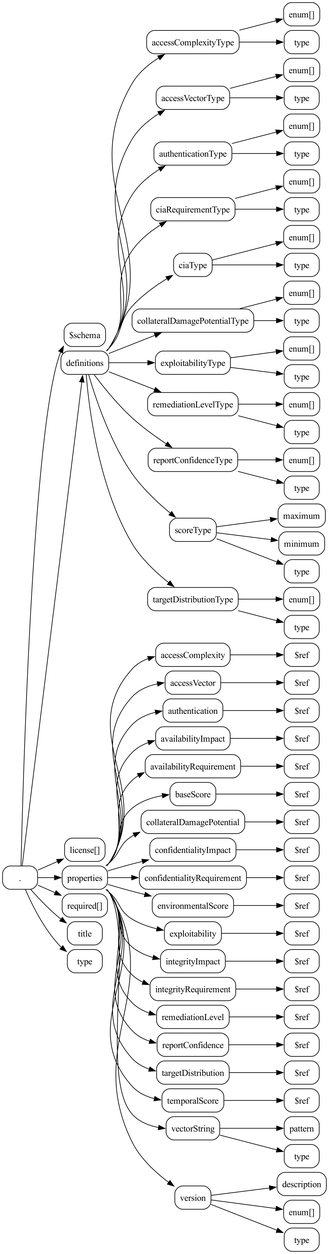
Before: examples/nist-nvd/cvss-v2.0.json_schema.png, a diagram exported from Graphviz (whitfieldsdad/json-kit). Its source is kept beside it as examples/nist-nvd/cvss-v2.0.json_schema.dot.
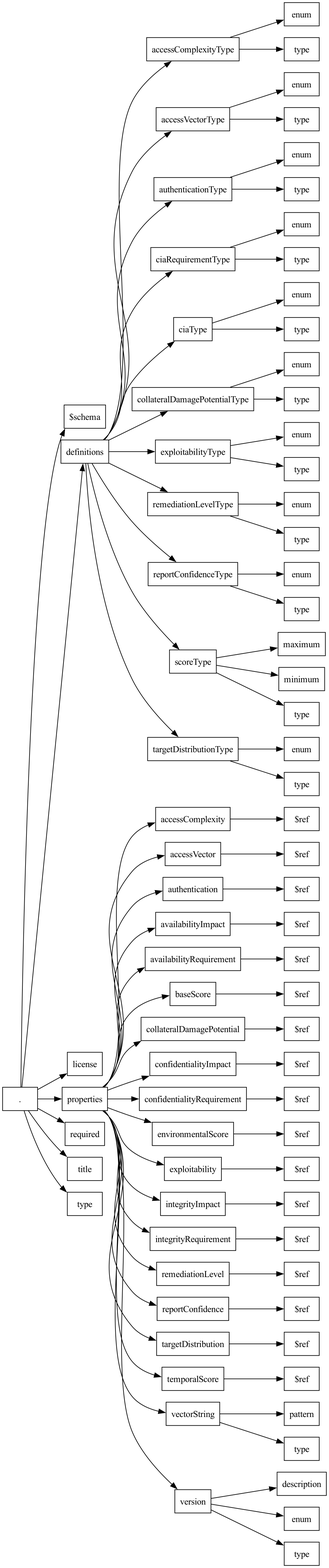
Later version of the same file.

What changed in the source:
```diff
@@ -1,175 +1,173 @@
 digraph G {
-    node [shape=box, style=rounded]
-    layout=dot
-    rankdir=LR
-    splines=true
-    ranksep=0.5
-    nodesep=0.1
+    node [shape=box];
+    edge [dir=forward];
+    rankdir=LR;
 
-    "$schema"
-    "."
-    "definitions"
-    "definitions.accessComplexityType" [label="accessComplexityType"]
-    "definitions.accessComplexityType.enum[]" [label="enum[]"]
-    "definitions.accessComplexityType.type" [label="type"]
-    "definitions.accessVectorType" [label="accessVectorType"]
-    "definitions.accessVectorType.enum[]" [label="enum[]"]
-    "definitions.accessVectorType.type" [label="type"]
-    "definitions.authenticationType" [label="authenticationType"]
-    "definitions.authenticationType.enum[]" [label="enum[]"]
-    "definitions.authenticationType.type" [label="type"]
-    "definitions.ciaRequirementType" [label="ciaRequirementType"]
-    "definitions.ciaRequirementType.enum[]" [label="enum[]"]
-    "definitions.ciaRequirementType.type" [label="type"]
-    "definitions.ciaType" [label="ciaType"]
-    "definitions.ciaType.enum[]" [label="enum[]"]
-    "definitions.ciaType.type" [label="type"]
-    "definitions.collateralDamagePotentialType" [label="collateralDamagePotentialType"]
-    "definitions.collateralDamagePotentialType.enum[]" [label="enum[]"]
-    "definitions.collateralDamagePotentialType.type" [label="type"]
-    "definitions.exploitabilityType" [label="exploitabilityType"]
-    "definitions.exploitabilityType.enum[]" [label="enum[]"]
-    "definitions.exploitabilityType.type" [label="type"]
-    "definitions.remediationLevelType" [label="remediationLevelType"]
-    "definitions.remediationLevelType.enum[]" [label="enum[]"]
-    "definitions.remediationLevelType.type" [label="type"]
-    "definitions.reportConfidenceType" [label="reportConfidenceType"]
-    "definitions.reportConfidenceType.enum[]" [label="enum[]"]
-    "definitions.reportConfidenceType.type" [label="type"]
-    "definitions.scoreType" [label="scoreType"]
-    "definitions.scoreType.maximum" [label="maximum"]
-    "definitions.scoreType.minimum" [label="minimum"]
-    "definitions.scoreType.type" [label="type"]
-    "definitions.targetDistributionType" [label="targetDistributionType"]
-    "definitions.targetDistributionType.enum[]" [label="enum[]"]
-    "definitions.targetDistributionType.type" [label="type"]
-    "license[]"
-    "properties"
-    "properties.accessComplexity" [label="accessComplexity"]
-    "properties.accessComplexity.$ref" [label="$ref"]
-    "properties.accessVector" [label="accessVector"]
-    "properties.accessVector.$ref" [label="$ref"]
-    "properties.authentication" [label="authentication"]
-    "properties.authentication.$ref" [label="$ref"]
-    "properties.availabilityImpact" [label="availabilityImpact"]
-    "properties.availabilityImpact.$ref" [label="$ref"]
-    "properties.availabilityRequirement" [label="availabilityRequirement"]
-    "properties.availabilityRequirement.$ref" [label="$ref"]
-    "properties.baseScore" [label="baseScore"]
-    "properties.baseScore.$ref" [label="$ref"]
-    "properties.collateralDamagePotential" [label="collateralDamagePotential"]
-    "properties.collateralDamagePotential.$ref" [label="$ref"]
-    "properties.confidentialityImpact" [label="confidentialityImpact"]
-    "properties.confidentialityImpact.$ref" [label="$ref"]
-    "properties.confidentialityRequirement" [label="confidentialityRequirement"]
-    "properties.confidentialityRequirement.$ref" [label="$ref"]
-    "properties.environmentalScore" [label="environmentalScore"]
-    "properties.environmentalScore.$ref" [label="$ref"]
-    "properties.exploitability" [label="exploitability"]
-    "properties.exploitability.$ref" [label="$ref"]
-    "properties.integrityImpact" [label="integrityImpact"]
-    "properties.integrityImpact.$ref" [label="$ref"]
-    "properties.integrityRequirement" [label="integrityRequirement"]
-    "properties.integrityRequirement.$ref" [label="$ref"]
-    "properties.remediationLevel" [label="remediationLevel"]
-    "properties.remediationLevel.$ref" [label="$ref"]
-    "properties.reportConfidence" [label="reportConfidence"]
-    "properties.reportConfidence.$ref" [label="$ref"]
-    "properties.targetDistribution" [label="targetDistribution"]
-    "properties.targetDistribution.$ref" [label="$ref"]
-    "properties.temporalScore" [label="temporalScore"]
-    "properties.temporalScore.$ref" [label="$ref"]
-    "properties.vectorString" [label="vectorString"]
-    "properties.vectorString.pattern" [label="pattern"]
-    "properties.vectorString.type" [label="type"]
-    "properties.version" [label="version"]
-    "properties.version.description" [label="description"]
-    "properties.version.enum[]" [label="enum[]"]
-    "properties.version.type" [label="type"]
-    "required[]"
-    "title"
-    "type"
+    "372c634e-f49e-4452-af5c-027a2c256d56" [label="."];
+    "$schema" [label="$schema"];
+    "definitions" [label="definitions"];
+    "definitions.accessComplexityType" [label="accessComplexityType"];
+    "definitions.accessComplexityType.enum" [label="enum"];
+    "definitions.accessComplexityType.type" [label="type"];
+    "definitions.accessVectorType" [label="accessVectorType"];
+    "definitions.accessVectorType.enum" [label="enum"];
+    "definitions.accessVectorType.type" [label="type"];
+    "definitions.authenticationType" [label="authenticationType"];
+    "definitions.authenticationType.enum" [label="enum"];
+    "definitions.authenticationType.type" [label="type"];
+    "definitions.ciaRequirementType" [label="ciaRequirementType"];
+    "definitions.ciaRequirementType.enum" [label="enum"];
+    "definitions.ciaRequirementType.type" [label="type"];
+    "definitions.ciaType" [label="ciaType"];
+    "definitions.ciaType.enum" [label="enum"];
+    "definitions.ciaType.type" [label="type"];
+    "definitions.collateralDamagePotentialType" [label="collateralDamagePotentialType"];
+    "definitions.collateralDamagePotentialType.enum" [label="enum"];
+    "definitions.collateralDamagePotentialType.type" [label="type"];
+    "definitions.exploitabilityType" [label="exploitabilityType"];
+    "definitions.exploitabilityType.enum" [label="enum"];
+    "definitions.exploitabilityType.type" [label="type"];
+    "definitions.remediationLevelType" [label="remediationLevelType"];
+    "definitions.remediationLevelType.enum" [label="enum"];
+    "definitions.remediationLevelType.type" [label="type"];
+    "definitions.reportConfidenceType" [label="reportConfidenceType"];
+    "definitions.reportConfidenceType.enum" [label="enum"];
+    "definitions.reportConfidenceType.type" [label="type"];
+    "definitions.scoreType" [label="scoreType"];
+    "definitions.scoreType.maximum" [label="maximum"];
+    "definitions.scoreType.minimum" [label="minimum"];
+    "definitions.scoreType.type" [label="type"];
+    "definitions.targetDistributionType" [label="targetDistributionType"];
+    "definitions.targetDistributionType.enum" [label="enum"];
+    "definitions.targetDistributionType.type" [label="type"];
+    "license" [label="license"];
+    "properties" [label="properties"];
+    "properties.accessComplexity" [label="accessComplexity"];
+    "properties.accessComplexity.$ref" [label="$ref"];
+    "properties.accessVector" [label="accessVector"];
+    "properties.accessVector.$ref" [label="$ref"];
+    "properties.authentication" [label="authentication"];
+    "properties.authentication.$ref" [label="$ref"];
+    "properties.availabilityImpact" [label="availabilityImpact"];
+    "properties.availabilityImpact.$ref" [label="$ref"];
+    "properties.availabilityRequirement" [label="availabilityRequirement"];
+    "properties.availabilityRequirement.$ref" [label="$ref"];
+    "properties.baseScore" [label="baseScore"];
+    "properties.baseScore.$ref" [label="$ref"];
+    "properties.collateralDamagePotential" [label="collateralDamagePotential"];
+    "properties.collateralDamagePotential.$ref" [label="$ref"];
+    "properties.confidentialityImpact" [label="confidentialityImpact"];
+    "properties.confidentialityImpact.$ref" [label="$ref"];
+    "properties.confidentialityRequirement" [label="confidentialityRequirement"];
+    "properties.confidentialityRequirement.$ref" [label="$ref"];
+    "properties.environmentalScore" [label="environmentalScore"];
+    "properties.environmentalScore.$ref" [label="$ref"];
+    "properties.exploitability" [label="exploitability"];
+    "properties.exploitability.$ref" [label="$ref"];
+    "properties.integrityImpact" [label="integrityImpact"];
+    "properties.integrityImpact.$ref" [label="$ref"];
+    "properties.integrityRequirement" [label="integrityRequirement"];
+    "properties.integrityRequirement.$ref" [label="$ref"];
+    "properties.remediationLevel" [label="remediationLevel"];
+    "properties.remediationLevel.$ref" [label="$ref"];
+    "properties.reportConfidence" [label="reportConfidence"];
+    "properties.reportConfidence.$ref" [label="$ref"];
+    "properties.targetDistribution" [label="targetDistribution"];
+    "properties.targetDistribution.$ref" [label="$ref"];
+    "properties.temporalScore" [label="temporalScore"];
+    "properties.temporalScore.$ref" [label="$ref"];
+    "properties.vectorString" [label="vectorString"];
+    "properties.vectorString.pattern" [label="pattern"];
+    "properties.vectorString.type" [label="type"];
+    "properties.version" [label="version"];
+    "properties.version.description" [label="description"];
+    "properties.version.enum" [label="enum"];
+    "properties.version.type" [label="type"];
+    "required" [label="required"];
+    "title" [label="title"];
+    "type" [label="type"];
 
-    "." -> "$schema"
-    "." -> "definitions"
-    "." -> "license[]"
-    "." -> "properties"
-    "." -> "required[]"
-    "." -> "title"
-    "." -> "type"
-    "definitions" -> "definitions.accessComplexityType"
-    "definitions" -> "definitions.accessVectorType"
-    "definitions" -> "definitions.authenticationType"
-    "definitions" -> "definitions.ciaRequirementType"
-    "definitions" -> "definitions.ciaType"
-    "definitions" -> "definitions.collateralDamagePotentialType"
-    "definitions" -> "definitions.exploitabilityType"
-    "definitions" -> "definitions.remediationLevelType"
-    "definitions" -> "definitions.reportConfidenceType"
-    "definitions" -> "definitions.scoreType"
-    "definitions" -> "definitions.targetDistributionType"
-    "definitions.accessComplexityType" -> "definitions.accessComplexityType.enum[]"
-    "definitions.accessComplexityType" -> "definitions.accessComplexityType.type"
-    "definitions.accessVectorType" -> "definitions.accessVectorType.enum[]"
-    "definitions.accessVectorType" -> "definitions.accessVectorType.type"
-    "definitions.authenticationType" -> "definitions.authenticationType.enum[]"
-    "definitions.authenticationType" -> "definitions.authenticationType.type"
-    "definitions.ciaRequirementType" -> "definitions.ciaRequirementType.enum[]"
-    "definitions.ciaRequirementType" -> "definitions.ciaRequirementType.type"
-    "definitions.ciaType" -> "definitions.ciaType.enum[]"
-    "definitions.ciaType" -> "definitions.ciaType.type"
-    "definitions.collateralDamagePotentialType" -> "definitions.collateralDamagePotentialType.enum[]"
-    "definitions.collateralDamagePotentialType" -> "definitions.collateralDamagePotentialType.type"
-    "definitions.exploitabilityType" -> "definitions.exploitabilityType.enum[]"
-    "definitions.exploitabilityType" -> "definitions.exploitabilityType.type"
-    "definitions.remediationLevelType" -> "definitions.remediationLevelType.enum[]"
-    "definitions.remediationLevelType" -> "definitions.remediationLevelType.type"
-    "definitions.reportConfidenceType" -> "definitions.reportConfidenceType.enum[]"
-    "definitions.reportConfidenceType" -> "definitions.reportConfidenceType.type"
-    "definitions.scoreType" -> "definitions.scoreType.maximum"
-    "definitions.scoreType" -> "definitions.scoreType.minimum"
-    "definitions.scoreType" -> "definitions.scoreType.type"
-    "definitions.targetDistributionType" -> "definitions.targetDistributionType.enum[]"
-    "definitions.targetDistributionType" -> "definitions.targetDistributionType.type"
-    "properties" -> "properties.accessComplexity"
-    "properties" -> "properties.accessVector"
-    "properties" -> "properties.authentication"
-    "properties" -> "properties.availabilityImpact"
-    "properties" -> "properties.availabilityRequirement"
-    "properties" -> "properties.baseScore"
-    "properties" -> "properties.collateralDamagePotential"
-    "properties" -> "properties.confidentialityImpact"
-    "properties" -> "properties.confidentialityRequirement"
-    "properties" -> "properties.environmentalScore"
-    "properties" -> "properties.exploitability"
-    "properties" -> "properties.integrityImpact"
-    "properties" -> "properties.integrityRequirement"
-    "properties" -> "properties.remediationLevel"
-    "properties" -> "properties.reportConfidence"
-    "properties" -> "properties.targetDistribution"
-    "properties" -> "properties.temporalScore"
-    "properties" -> "properties.vectorString"
-    "properties" -> "properties.version"
-    "properties.accessComplexity" -> "properties.accessComplexity.$ref"
-    "properties.accessVector" -> "properties.accessVector.$ref"
-    "properties.authentication" -> "properties.authentication.$ref"
-    "properties.availabilityImpact" -> "properties.availabilityImpact.$ref"
-    "properties.availabilityRequirement" -> "properties.availabilityRequirement.$ref"
-    "properties.baseScore" -> "properties.baseScore.$ref"
-    "properties.collateralDamagePotential" -> "properties.collateralDamagePotential.$ref"
-    "properties.confidentialityImpact" -> "properties.confidentialityImpact.$ref"
-    "properties.confidentialityRequirement" -> "properties.confidentialityRequirement.$ref"
-    "properties.environmentalScore" -> "properties.environmentalScore.$ref"
-    "properties.exploitability" -> "properties.exploitability.$ref"
-    "properties.integrityImpact" -> "properties.integrityImpact.$ref"
-    "properties.integrityRequirement" -> "properties.integrityRequirement.$ref"
-    "properties.remediationLevel" -> "properties.remediationLevel.$ref"
-    "properties.reportConfidence" -> "properties.reportConfidence.$ref"
-    "properties.targetDistribution" -> "properties.targetDistribution.$ref"
-    "properties.temporalScore" -> "properties.temporalScore.$ref"
-    "properties.vectorString" -> "properties.vectorString.pattern"
-    "properties.vectorString" -> "properties.vectorString.type"
-    "properties.version" -> "properties.version.description"
-    "properties.version" -> "properties.version.enum[]"
-    "properties.version" -> "properties.version.type"
+    "372c634e-f49e-4452-af5c-027a2c256d56" -> "$schema";
+    "372c634e-f49e-4452-af5c-027a2c256d56" -> "definitions";
+    "372c634e-f49e-4452-af5c-027a2c256d56" -> "license";
+    "372c634e-f49e-4452-af5c-027a2c256d56" -> "properties";
+    "372c634e-f49e-4452-af5c-027a2c256d56" -> "required";
+    "372c634e-f49e-4452-af5c-027a2c256d56" -> "title";
+    "372c634e-f49e-4452-af5c-027a2c256d56" -> "type";
+
+    "definitions" -> "definitions.accessComplexityType";
+    "definitions" -> "definitions.accessVectorType";
+    "definitions" -> "definitions.authenticationType";
+    "definitions" -> "definitions.ciaRequirementType";
+    "definitions" -> "definitions.ciaType";
+    "definitions" -> "definitions.collateralDamagePotentialType";
+    "definitions" -> "definitions.exploitabilityType";
+    "definitions" -> "definitions.remediationLevelType";
+    "definitions" -> "definitions.reportConfidenceType";
+    "definitions" -> "definitions.scoreType";
+    "definitions" -> "definitions.targetDistributionType";
+    "definitions.accessComplexityType" -> "definitions.accessComplexityType.enum";
+    "definitions.accessComplexityType" -> "definitions.accessComplexityType.type";
+    "definitions.accessVectorType" -> "definitions.accessVectorType.enum";
+    "definitions.accessVectorType" -> "definitions.accessVectorType.type";
+    "definitions.authenticationType" -> "definitions.authenticationType.enum";
+    "definitions.authenticationType" -> "definitions.authenticationType.type";
+    "definitions.ciaRequirementType" -> "definitions.ciaRequirementType.enum";
+    "definitions.ciaRequirementType" -> "definitions.ciaRequirementType.type";
+    "definitions.ciaType" -> "definitions.ciaType.enum";
+    "definitions.ciaType" -> "definitions.ciaType.type";
+    "definitions.collateralDamagePotentialType" -> "definitions.collateralDamagePotentialType.enum";
+    "definitions.collateralDamagePotentialType" -> "definitions.collateralDamagePotentialType.type";
+    "definitions.exploitabilityType" -> "definitions.exploitabilityType.enum";
+    "definitions.exploitabilityType" -> "definitions.exploitabilityType.type";
+    "definitions.remediationLevelType" -> "definitions.remediationLevelType.enum";
+    "definitions.remediationLevelType" -> "definitions.remediationLevelType.type";
+    "definitions.reportConfidenceType" -> "definitions.reportConfidenceType.enum";
+    "definitions.reportConfidenceType" -> "definitions.reportConfidenceType.type";
+    "definitions.scoreType" -> "definitions.scoreType.maximum";
+    "definitions.scoreType" -> "definitions.scoreType.minimum";
+    "definitions.scoreType" -> "definitions.scoreType.type";
+    "definitions.targetDistributionType" -> "definitions.targetDistributionType.enum";
+    "definitions.targetDistributionType" -> "definitions.targetDistributionType.type";
+    "properties" -> "properties.accessComplexity";
+    "properties" -> "properties.accessVector";
+    "properties" -> "properties.authentication";
+    "properties" -> "properties.availabilityImpact";
+    "properties" -> "properties.availabilityRequirement";
+    "properties" -> "properties.baseScore";
+    "properties" -> "properties.collateralDamagePotential";
+    "properties" -> "properties.confidentialityImpact";
+    "properties" -> "properties.confidentialityRequirement";
+    "properties" -> "properties.environmentalScore";
+    "properties" -> "properties.exploitability";
+    "properties" -> "properties.integrityImpact";
+    "properties" -> "properties.integrityRequirement";
+    "properties" -> "properties.remediationLevel";
+    "properties" -> "properties.reportConfidence";
+    "properties" -> "properties.targetDistribution";
+    "properties" -> "properties.temporalScore";
+    "properties" -> "properties.vectorString";
+    "properties" -> "properties.version";
+    "properties.accessComplexity" -> "properties.accessComplexity.$ref";
+    "properties.accessVector" -> "properties.accessVector.$ref";
+    "properties.authentication" -> "properties.authentication.$ref";
+    "properties.availabilityImpact" -> "properties.availabilityImpact.$ref";
+    "properties.availabilityRequirement" -> "properties.availabilityRequirement.$ref";
+    "properties.baseScore" -> "properties.baseScore.$ref";
+    "properties.collateralDamagePotential" -> "properties.collateralDamagePotential.$ref";
+    "properties.confidentialityImpact" -> "properties.confidentialityImpact.$ref";
+    "properties.confidentialityRequirement" -> "properties.confidentialityRequirement.$ref";
+    "properties.environmentalScore" -> "properties.environmentalScore.$ref";
+    "properties.exploitability" -> "properties.exploitability.$ref";
+    "properties.integrityImpact" -> "properties.integrityImpact.$ref";
+    "properties.integrityRequirement" -> "properties.integrityRequirement.$ref";
+    "properties.remediationLevel" -> "properties.remediationLevel.$ref";
+    "properties.reportConfidence" -> "properties.reportConfidence.$ref";
+    "properties.targetDistribution" -> "properties.targetDistribution.$ref";
+    "properties.temporalScore" -> "properties.temporalScore.$ref";
+    "properties.vectorString" -> "properties.vectorString.pattern";
+    "properties.vectorString" -> "properties.vectorString.type";
+    "properties.version" -> "properties.version.description";
+    "properties.version" -> "properties.version.enum";
+    "properties.version" -> "properties.version.type";
 }
```
